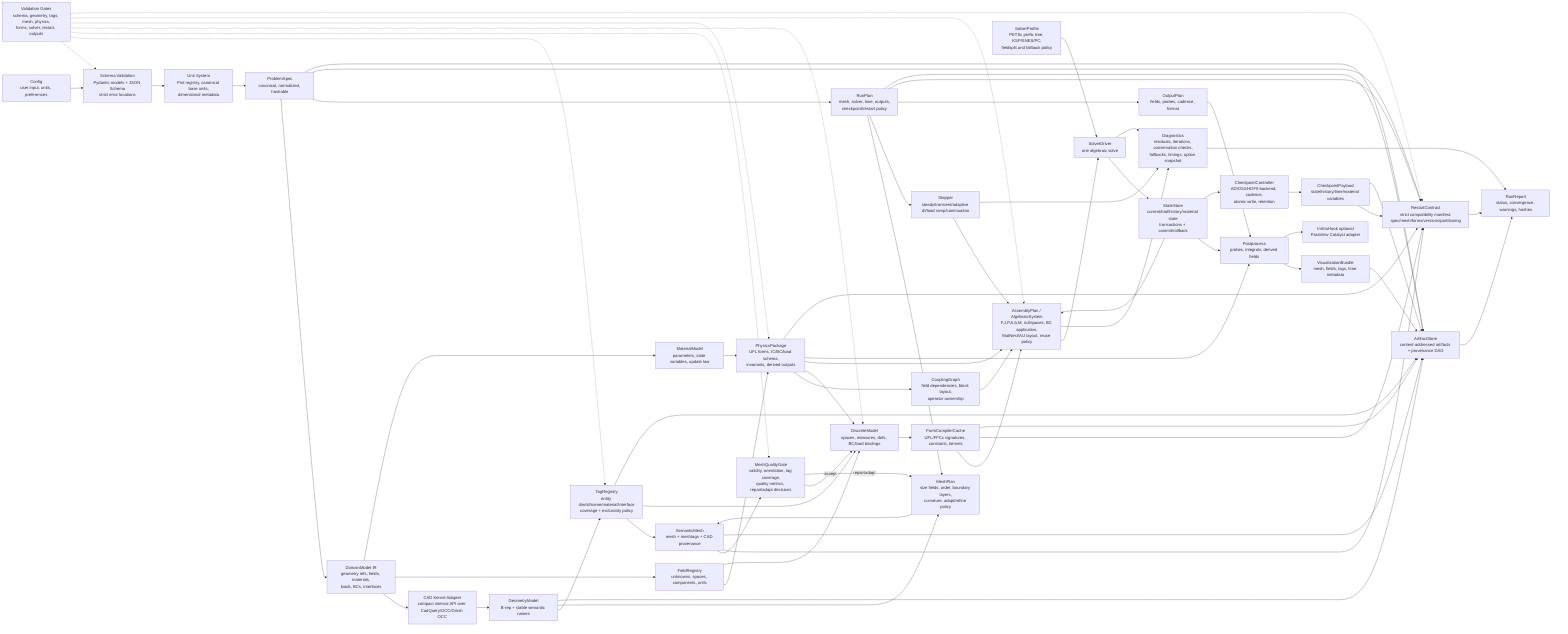
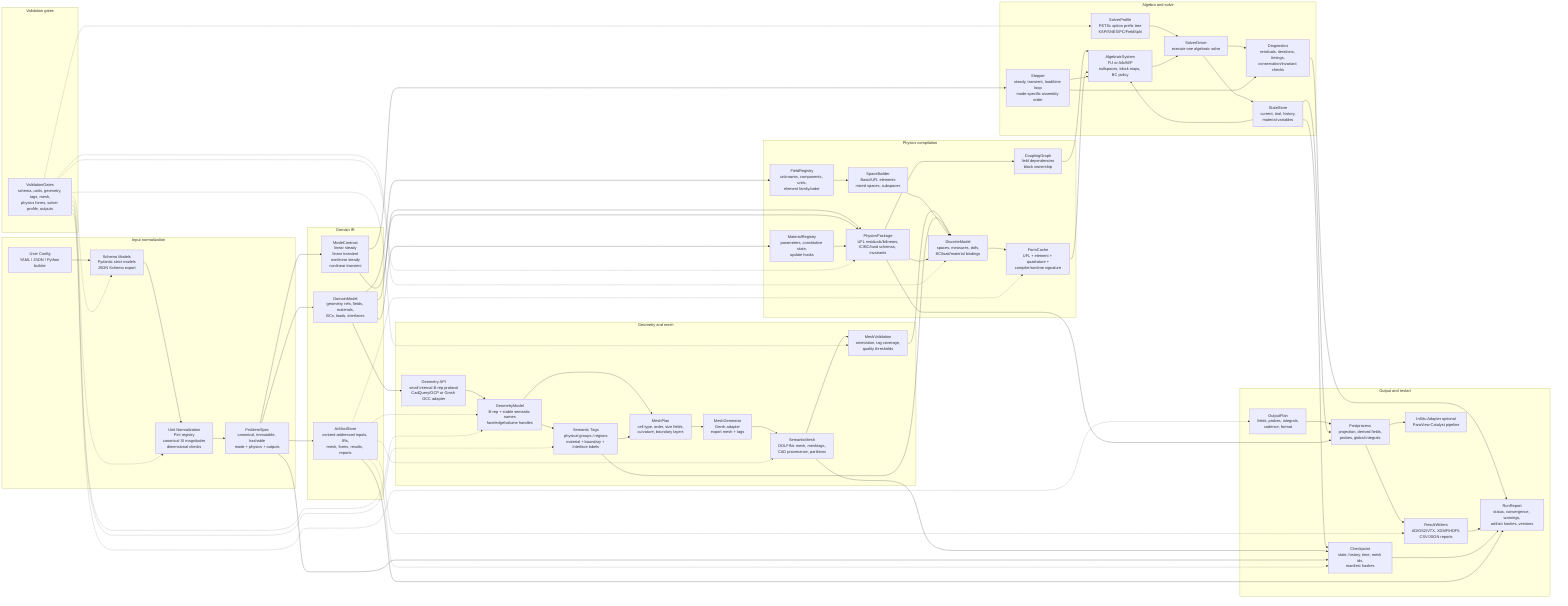
flowchart LR
-     CFG["Config\nuser input, units, preferences"]
-     VALIDCFG["Schema Validation\nPydantic models + JSON Schema\nstrict error locations"]
-     UNITS["Unit System\nPint registry, canonical base units,\ndimensional metadata"]
-     SPEC["ProblemSpec\ncanonical, normalized, hashable"]
-     MODEL["DomainModel IR\ngeometry refs, fields, materials,\nloads, BCs, interfaces"]
-     RUNPLAN["RunPlan\nmesh, solver, time, outputs,\ncheckpoint/restart policy"]
+     %% Compact CAD + multiphysics simulation architecture
+     %% Design emphasis: small stable IRs, explicit validation gates, no fallback/resilience layer.

-     CADAPI["CAD Kernel Adapter\ncompact internal API over CadQuery/OCC/Gmsh OCC"]
-     GEOM["GeometryModel\nB-rep + stable semantic names"]
-     TAGS["TagRegistry\nentity dim/id/name/material/interface\ncoverage + exclusivity policy"]
-     MESHPLAN["MeshPlan\nsize fields, order, boundary layers,\ncurvature, adapt/refine policy"]
-     MESH["SemanticMesh\nmesh + meshtags + CAD provenance"]
-     MESHQA["MeshQualityGate\nvalidity, orientation, tag coverage,\nquality metrics, repair/adapt decisions"]
+     subgraph Input[Input normalization]
+         CFG["User Config\nYAML / JSON / Python builder"]
+         SCHEMA["Schema Models\nPydantic strict models\nJSON Schema export"]
+         UNITS["Unit Normalization\nPint registry\ncanonical SI magnitudes\ndimensional checks"]
+         SPEC["ProblemSpec\ncanonical, immutable, hashable\nmode + physics + outputs"]
+     end

-     FIELDS["FieldRegistry\nunknowns, spaces, components, units"]
-     MAT["MaterialModel\nparameters, state variables, update law"]
-     PHYS["PhysicsPackage\nUFL forms, IC/BC/load schema,\ninvariants, derived outputs"]
-     COUPLE["CouplingGraph\nfield dependencies, block layout,\noperator ownership"]
-     DISCRETE["DiscreteModel\nspaces, measures, dofs, BC/load bindings"]
-     FORMCACHE["FormCompilerCache\nUFL/FFCx signatures, constants, kernels"]
+     subgraph Domain[Domain IR]
+         MODEL["DomainModel\ngeometry refs, fields, materials,\nBCs, loads, interfaces"]
+         MODE["ModeContract\nlinear steady\nlinear transient\nnonlinear steady\nnonlinear transient"]
+         STORE["ArtifactStore\ncontent-addressed inputs, IRs,\nmesh, forms, results, reports"]
+     end

-     ASSEMBLY["AssemblyPlan / AlgebraicSystem\nF,J,P,A,b,M, nullspaces, BC application,\nMatNest/AIJ layout, reuse policy"]
-     STATE["StateStore\ncurrent/trial/history/material state\ntransactions + commit/rollback"]
-     STEPPER["Stepper\nsteady/transient/adaptive dt/load ramp/continuation"]
-     PROFILE["SolverProfile\nPETSc prefix tree, KSP/SNES/PC,\nfieldsplit and fallback policy"]
-     SOLVER["SolverDriver\none algebraic solve"]
-     DIAG["Diagnostics\nresiduals, iterations, conservation checks,\nfallbacks, timings, option snapshot"]
+     subgraph GeometryMesh[Geometry and mesh]
+         GEOMAPI["Geometry API\nsmall internal B-rep protocol\nCadQuery/OCP or Gmsh OCC adapter"]
+         GEOM["GeometryModel\nB-rep + stable semantic names\nface/edge/volume handles"]
+         TAGS["Semantic Tags\nphysical groups / regions\nmaterial + boundary + interface labels"]
+         MESHPLAN["MeshPlan\ncell type, order, size fields,\ncurvature, boundary layers"]
+         MESHGEN["MeshGenerator\nGmsh adapter\nexport mesh + tags"]
+         MESH["SemanticMesh\nDOLFINx mesh, meshtags,\nCAD provenance, partitions"]
+         MESHVALID["MeshValidation\norientation, tag coverage,\nquality thresholds"]
+     end

-     OUTPUTPLAN["OutputPlan\nfields, probes, cadence, format"]
-     POST["Postprocess\nprobes, integrals, derived fields"]
-     VIZ["VisualizationBundle\nmesh, fields, tags, time metadata"]
-     INSITU["InSituHook optional\nParaView Catalyst adapter"]
+     subgraph Physics[Physics compilation]
+         FIELDS["FieldRegistry\nunknowns, components, units,\nelement family/order"]
+         MATERIALS["MaterialRegistry\nparameters, constitutive state,\nupdate hooks"]
+         PHYS["PhysicsPackage\nUFL residuals/bilinears,\nIC/BC/load schemas, invariants"]
+         COUPLING["CouplingGraph\nfield dependencies\nblock ownership"]
+         SPACES["SpaceBuilder\nBasix/UFL elements\nmixed spaces, subspaces"]
+         DISCRETE["DiscreteModel\nspaces, measures, dofs,\nBC/load/material bindings"]
+         FORMS["FormCache\nUFL + element + quadrature +\ncompiler/runtime signature"]
+     end

-     CKPTCTRL["CheckpointController\nADIOS2/HDF5 backend, cadence,\natomic write, retention"]
-     CKPT["CheckpointPayload\nstate/history/time/material variables"]
-     RESTART["RestartContract\nstrict compatibility manifest:\nspec/mesh/forms/versions/partitioning"]
-     STORE["ArtifactStore\ncontent-addressed artifacts + provenance DAG"]
-     REPORT["RunReport\nstatus, convergence, warnings, hashes"]
-     VALID["Validation Gates\nschema, geometry, tags, mesh, physics,\nforms, solver, restart, outputs"]
+     subgraph Algebra[Algebra and solve]
+         ALG["AlgebraicSystem\nF/J or A/b/M/P\nnullspaces, block maps, BC policy"]
+         PROFILE["SolverProfile\nPETSc option prefix tree\nKSP/SNES/PC/FieldSplit"]
+         DRIVER["SolverDriver\nexecute one algebraic solve"]
+         STEP["Stepper\nsteady, transient, load/time loop\nmode-specific assembly order"]
+         STATE["StateStore\ncurrent, trial, history,\nmaterial variables"]
+         DIAG["Diagnostics\nresiduals, iterations, timings,\nconservation/invariant checks"]
+     end

-     CFG --> VALIDCFG --> UNITS --> SPEC
+     subgraph IO[Output and restart]
+         OUTPLAN["OutputPlan\nfields, probes, integrals,\ncadence, format"]
+         POST["Postprocess\nprojection, derived fields,\nprobes, global integrals"]
+         RESULTS["ResultWriters\nADIOS2/VTX, XDMF/HDF5,\nCSV/JSON reports"]
+         CATALYST["InSitu Adapter optional\nParaView Catalyst pipeline"]
+         CKPT["Checkpoint\nstate, history, time, mesh ids,\nmanifest hashes"]
+         REPORT["RunReport\nstatus, convergence, warnings,\nartifact hashes, versions"]
+     end
+ 
+     subgraph Gates[Validation gates]
+         VALID["ValidationGates\nschema, units, geometry, tags, mesh,\nphysics forms, solver profile, outputs"]
+     end
+ 
+     CFG --> SCHEMA --> UNITS --> SPEC
    SPEC --> MODEL
-     SPEC --> RUNPLAN
-     MODEL --> CADAPI --> GEOM
-     GEOM --> TAGS
-     RUNPLAN --> MESHPLAN
-     GEOM --> MESHPLAN --> MESH
-     TAGS --> MESH
-     MESH --> MESHQA
-     MESHQA -->|accept| DISCRETE
-     MESHQA -->|repair/adapt| MESHPLAN
+     SPEC --> MODE
+     SPEC --> STORE
+     MODEL --> GEOMAPI --> GEOM --> TAGS
+     MODEL --> FIELDS
+     MODEL --> MATERIALS
+     MODEL --> PHYS
+     MODE --> PHYS

-     MODEL --> FIELDS
-     MODEL --> MAT
-     FIELDS --> PHYS
-     MAT --> PHYS
-     PHYS --> COUPLE
-     FIELDS --> DISCRETE
+     GEOM --> MESHPLAN
+     TAGS --> MESHPLAN
+     MESHPLAN --> MESHGEN --> MESH --> MESHVALID --> DISCRETE
    TAGS --> DISCRETE
+ 
+     FIELDS --> SPACES --> DISCRETE
+     MATERIALS --> PHYS
+     PHYS --> COUPLING
    PHYS --> DISCRETE
-     DISCRETE --> FORMCACHE --> ASSEMBLY
-     COUPLE --> ASSEMBLY
-     PHYS --> ASSEMBLY
-     STATE --> ASSEMBLY
+     DISCRETE --> FORMS
+     COUPLING --> ALG
+     FORMS --> ALG
+     STATE --> ALG
+     MODE --> STEP
+     STEP --> ALG
+     PROFILE --> DRIVER
+     ALG --> DRIVER --> STATE
+     DRIVER --> DIAG
+     STEP --> DIAG

-     RUNPLAN --> STEPPER
-     STEPPER --> ASSEMBLY
-     PROFILE --> SOLVER
-     ASSEMBLY --> SOLVER
-     SOLVER --> STATE
-     SOLVER --> DIAG
-     STEPPER --> DIAG
-     ASSEMBLY --> DIAG
- 
-     RUNPLAN --> OUTPUTPLAN
+     OUTPLAN --> POST
    STATE --> POST
    PHYS --> POST
-     OUTPUTPLAN --> POST --> VIZ
-     POST --> INSITU
+     POST --> RESULTS
+     POST --> CATALYST
+     STATE --> CKPT
+     MESH --> CKPT
+     SPEC --> CKPT
+     DIAG --> REPORT
+     RESULTS --> REPORT
+     CKPT --> REPORT
+     STORE --> REPORT

-     STATE --> CKPTCTRL --> CKPT --> RESTART
-     SPEC --> RESTART
-     RUNPLAN --> RESTART
-     MESH --> RESTART
-     PHYS --> RESTART
-     FORMCACHE --> RESTART
+     STORE -.-> GEOM
+     STORE -.-> MESH
+     STORE -.-> FORMS
+     STORE -.-> RESULTS
+     STORE -.-> CKPT

-     SPEC --> STORE
-     RUNPLAN --> STORE
-     GEOM --> STORE
-     TAGS --> STORE
-     MESH --> STORE
-     FORMCACHE --> STORE
-     CKPT --> STORE
-     VIZ --> STORE
-     DIAG --> REPORT
-     STORE --> REPORT
-     RESTART --> REPORT
- 
-     VALID -.-> VALIDCFG
+     VALID -.-> SCHEMA
+     VALID -.-> UNITS
+     VALID -.-> GEOM
    VALID -.-> TAGS
-     VALID -.-> MESHQA
+     VALID -.-> MESHVALID
    VALID -.-> DISCRETE
    VALID -.-> PHYS
-     VALID -.-> ASSEMBLY
-     VALID -.-> RESTART
+     VALID -.-> PROFILE
+     VALID -.-> OUTPLAN
